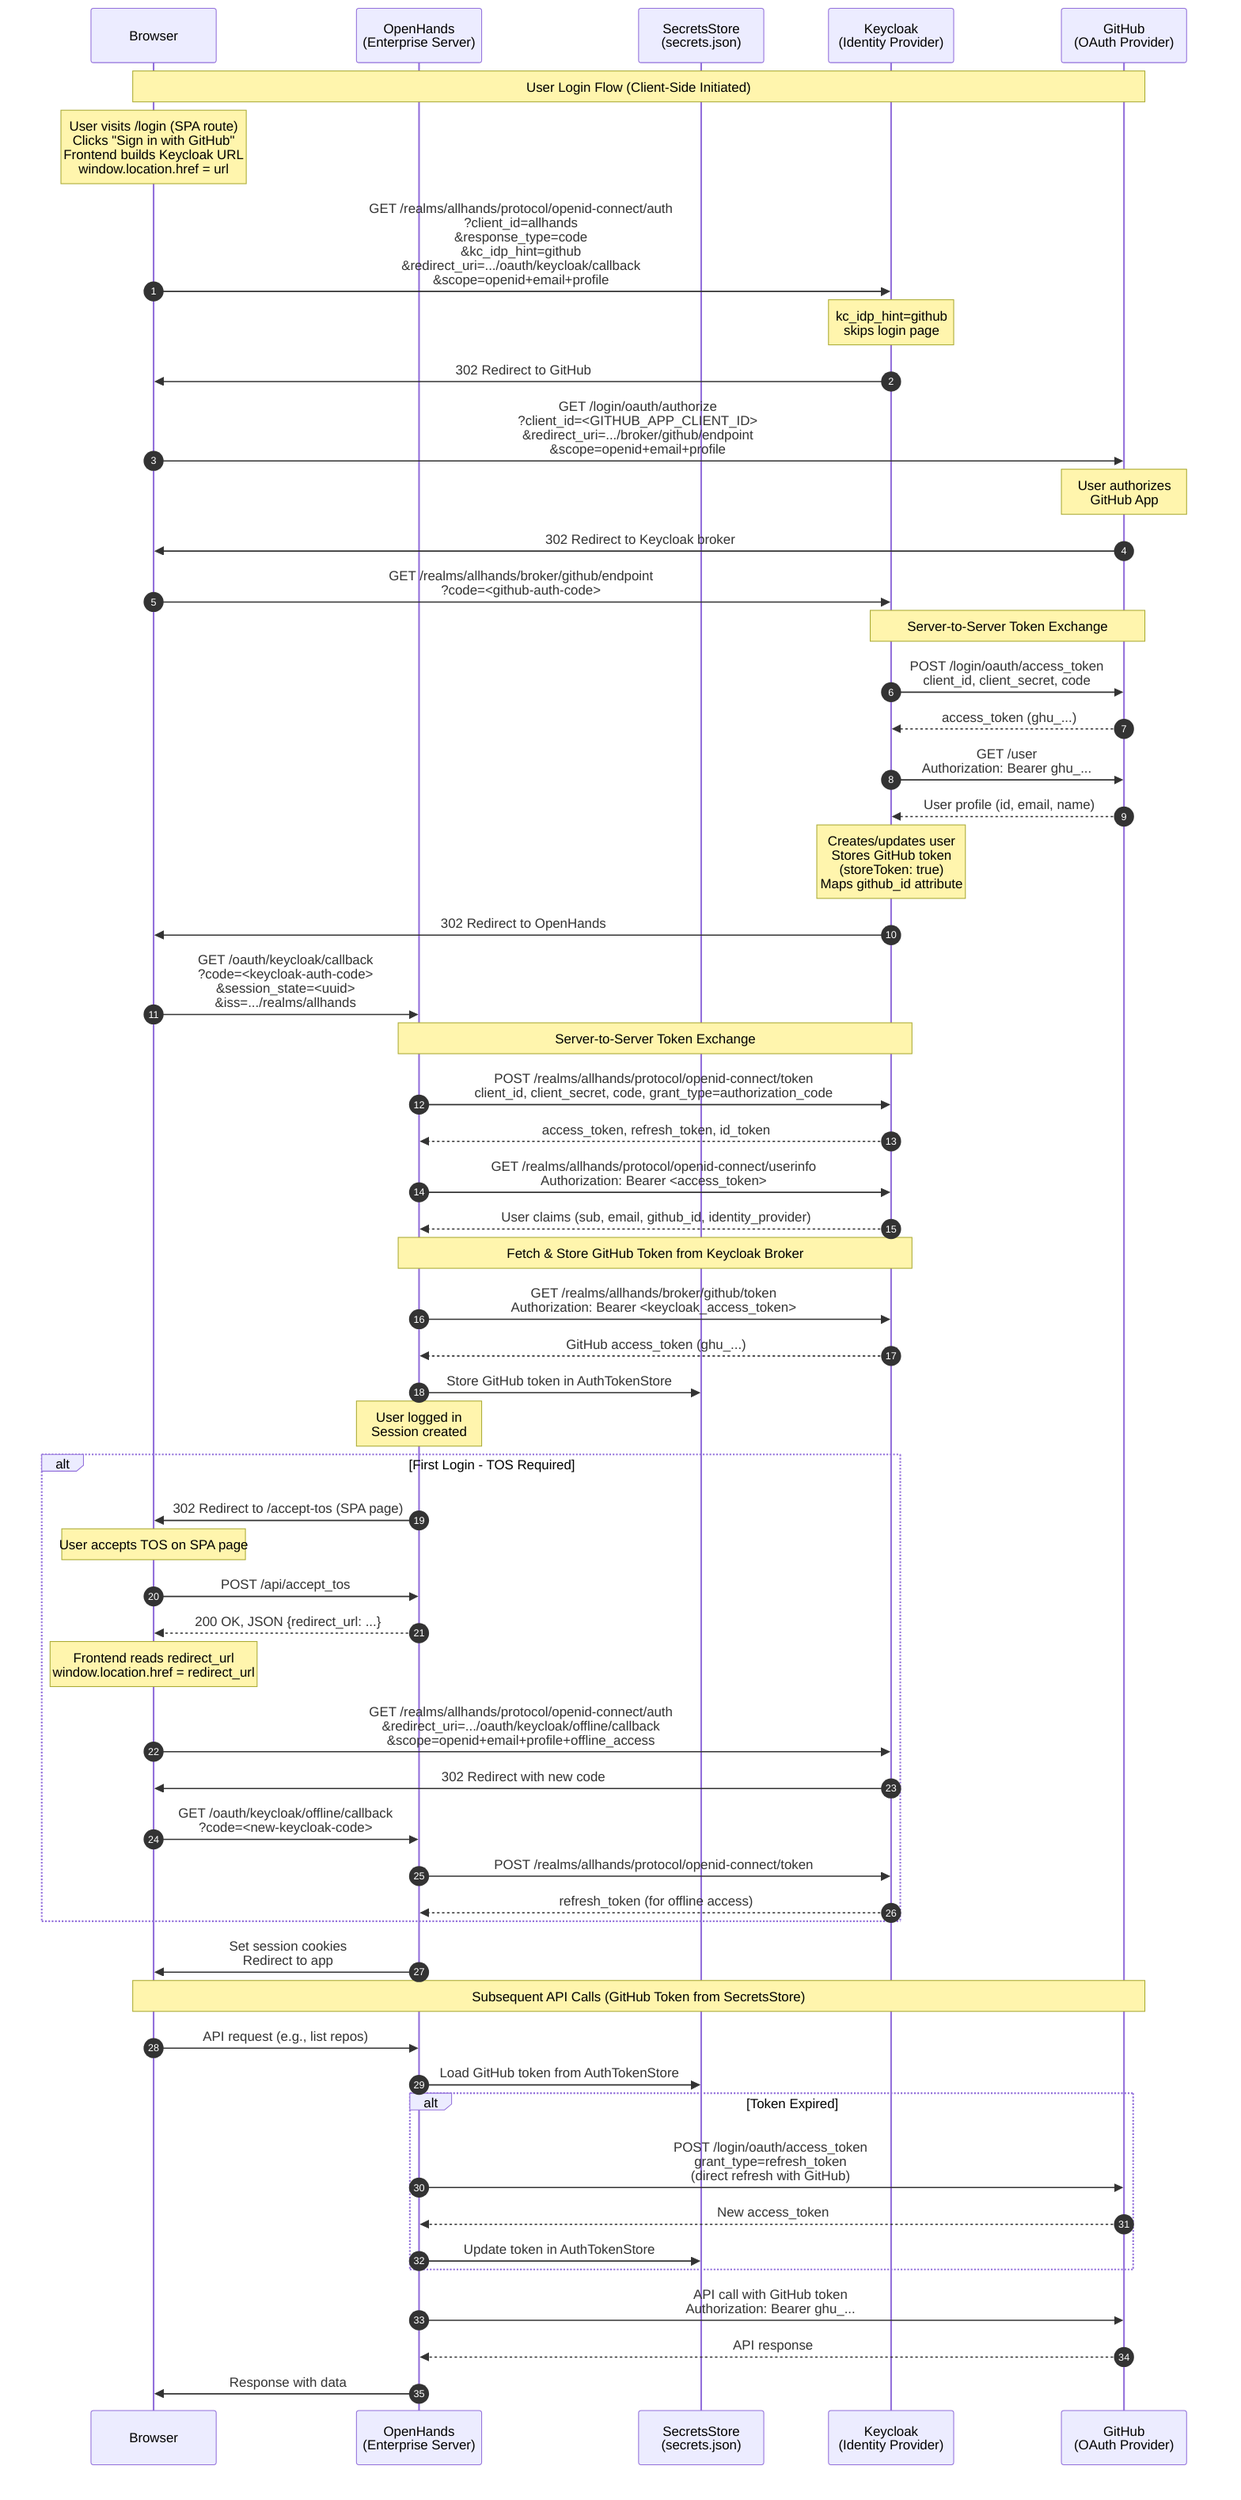
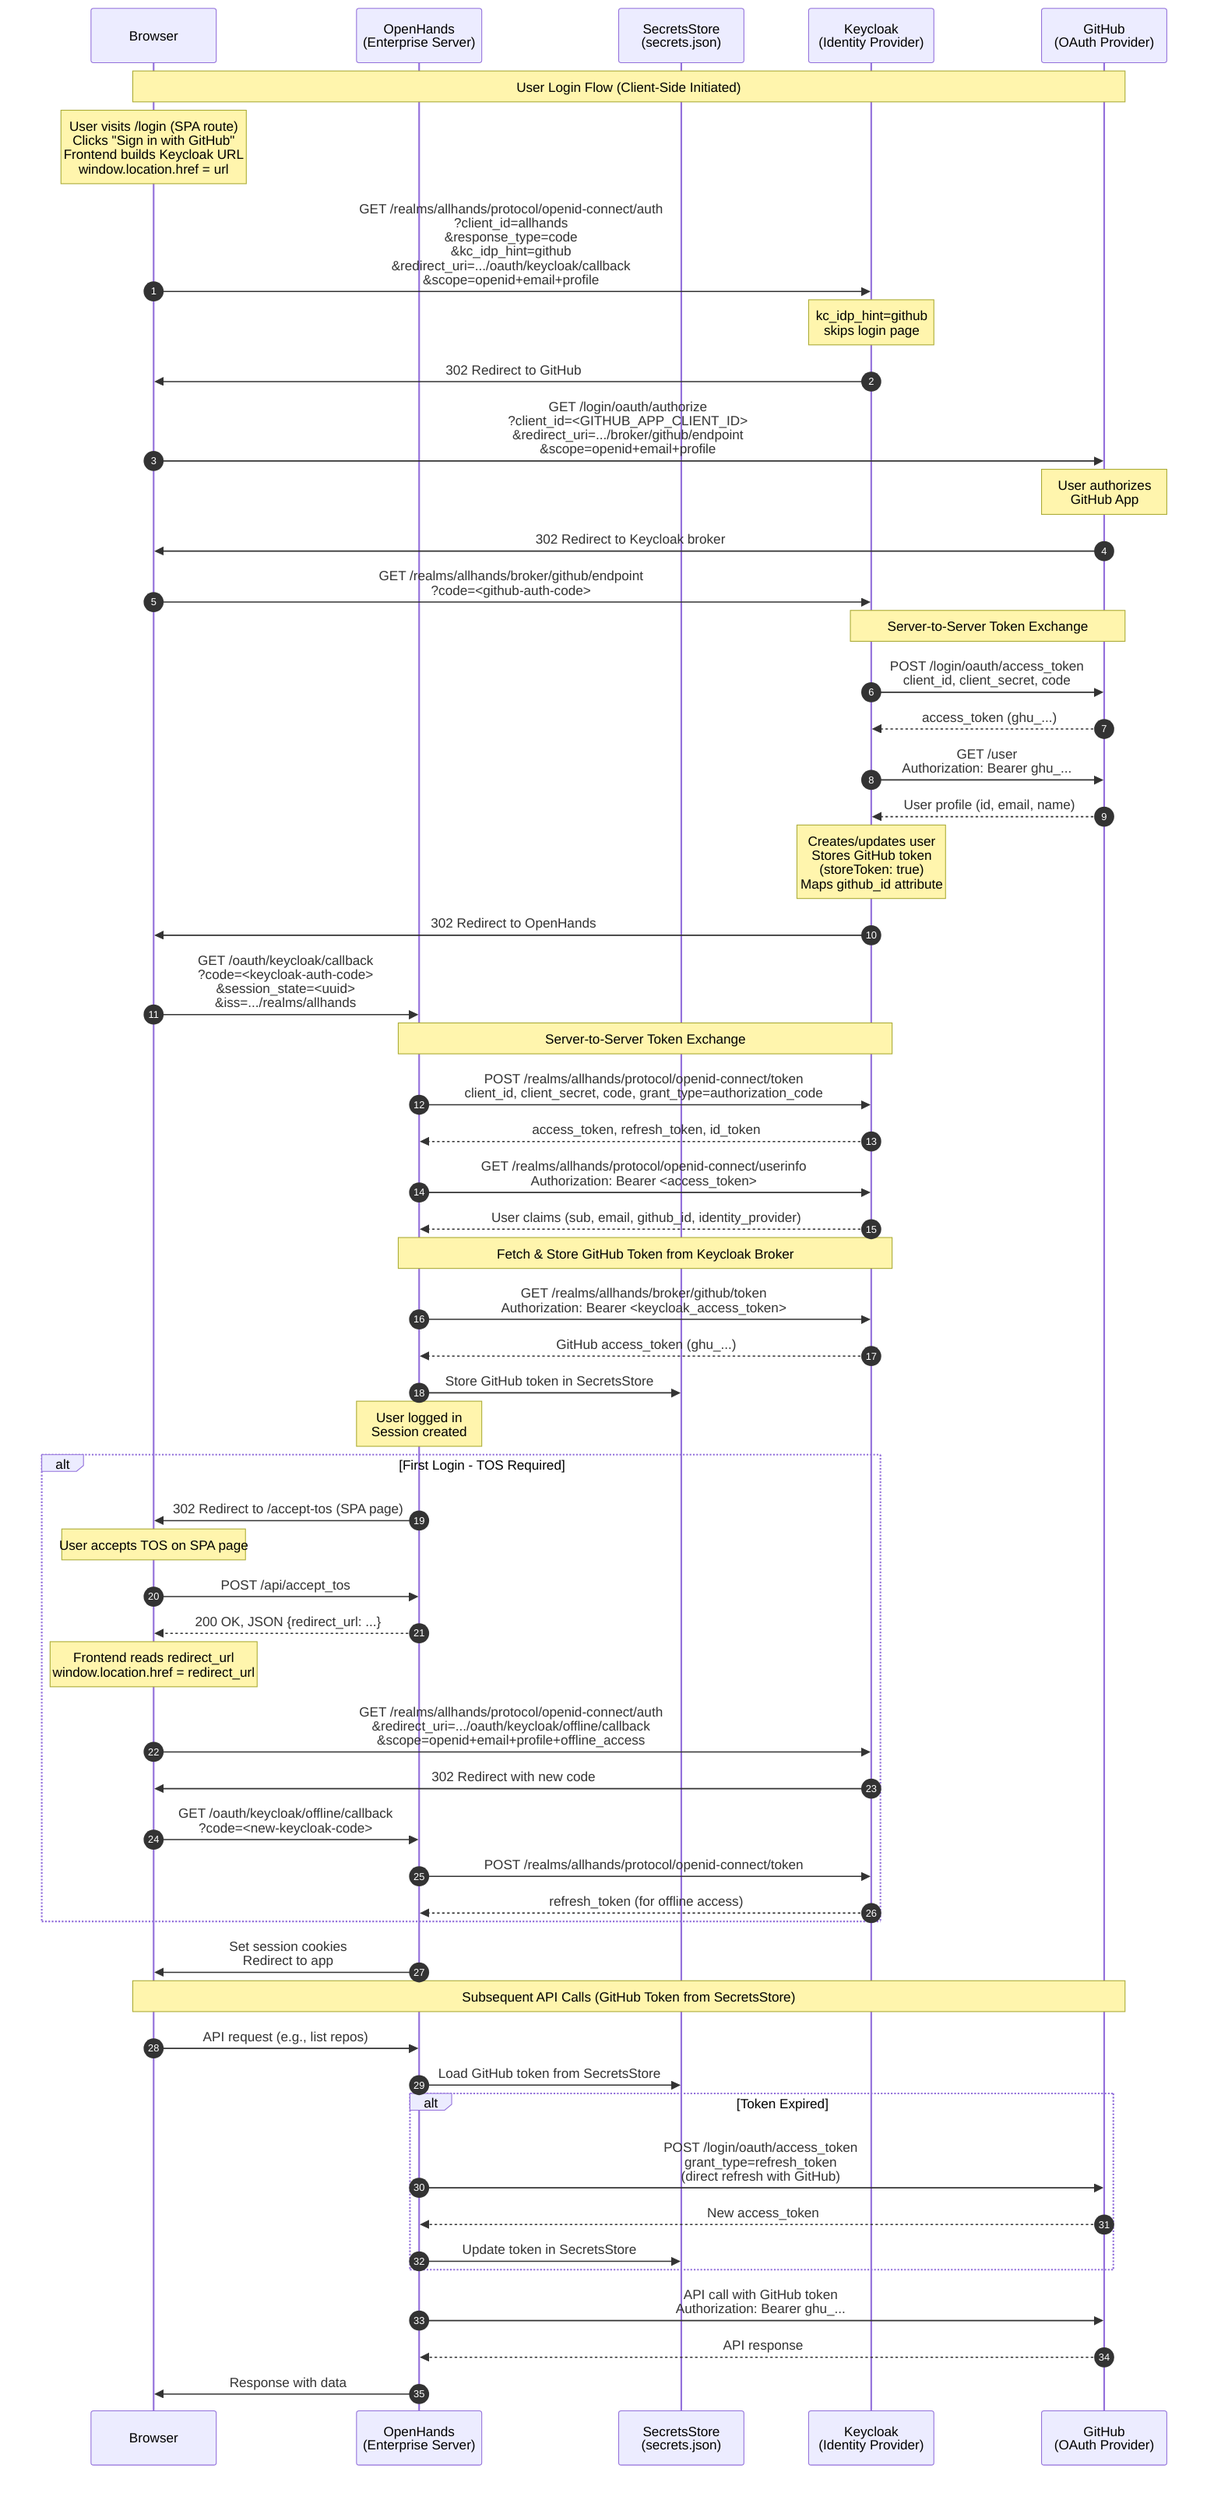
sequenceDiagram
    autonumber
    participant Browser
    participant OpenHands as OpenHands<br/>(Enterprise Server)
    participant DB as SecretsStore<br/>(secrets.json)
    participant Keycloak as Keycloak<br/>(Identity Provider)
    participant GitHub as GitHub<br/>(OAuth Provider)

    Note over Browser,GitHub: User Login Flow (Client-Side Initiated)

    Note over Browser: User visits /login (SPA route)<br/>Clicks "Sign in with GitHub"<br/>Frontend builds Keycloak URL<br/>window.location.href = url

    Browser->>Keycloak: GET /realms/allhands/protocol/openid-connect/auth<br/>?client_id=allhands<br/>&response_type=code<br/>&kc_idp_hint=github<br/>&redirect_uri=.../oauth/keycloak/callback<br/>&scope=openid+email+profile

    Note over Keycloak: kc_idp_hint=github<br/>skips login page

    Keycloak->>Browser: 302 Redirect to GitHub

    Browser->>GitHub: GET /login/oauth/authorize<br/>?client_id=<GITHUB_APP_CLIENT_ID><br/>&redirect_uri=.../broker/github/endpoint<br/>&scope=openid+email+profile

    Note over GitHub: User authorizes<br/>GitHub App

    GitHub->>Browser: 302 Redirect to Keycloak broker
    Browser->>Keycloak: GET /realms/allhands/broker/github/endpoint<br/>?code=<github-auth-code>

    Note over Keycloak,GitHub: Server-to-Server Token Exchange

    Keycloak->>GitHub: POST /login/oauth/access_token<br/>client_id, client_secret, code
    GitHub-->>Keycloak: access_token (ghu_...)

    Keycloak->>GitHub: GET /user<br/>Authorization: Bearer ghu_...
    GitHub-->>Keycloak: User profile (id, email, name)

    Note over Keycloak: Creates/updates user<br/>Stores GitHub token<br/>(storeToken: true)<br/>Maps github_id attribute

    Keycloak->>Browser: 302 Redirect to OpenHands
    Browser->>OpenHands: GET /oauth/keycloak/callback<br/>?code=<keycloak-auth-code><br/>&session_state=<uuid><br/>&iss=.../realms/allhands

    Note over OpenHands,Keycloak: Server-to-Server Token Exchange

    OpenHands->>Keycloak: POST /realms/allhands/protocol/openid-connect/token<br/>client_id, client_secret, code, grant_type=authorization_code
    Keycloak-->>OpenHands: access_token, refresh_token, id_token

    OpenHands->>Keycloak: GET /realms/allhands/protocol/openid-connect/userinfo<br/>Authorization: Bearer <access_token>
    Keycloak-->>OpenHands: User claims (sub, email, github_id, identity_provider)

    Note over OpenHands,Keycloak: Fetch & Store GitHub Token from Keycloak Broker

    OpenHands->>Keycloak: GET /realms/allhands/broker/github/token<br/>Authorization: Bearer <keycloak_access_token>
    Keycloak-->>OpenHands: GitHub access_token (ghu_...)

-     OpenHands->>DB: Store GitHub token in AuthTokenStore
+     OpenHands->>DB: Store GitHub token in SecretsStore

    Note over OpenHands: User logged in<br/>Session created

    alt First Login - TOS Required
        OpenHands->>Browser: 302 Redirect to /accept-tos (SPA page)
        Note over Browser: User accepts TOS on SPA page
        Browser->>OpenHands: POST /api/accept_tos
        OpenHands-->>Browser: 200 OK, JSON {redirect_url: ...}
        Note over Browser: Frontend reads redirect_url<br/>window.location.href = redirect_url
        Browser->>Keycloak: GET /realms/allhands/protocol/openid-connect/auth<br/>&redirect_uri=.../oauth/keycloak/offline/callback<br/>&scope=openid+email+profile+offline_access
        Keycloak->>Browser: 302 Redirect with new code
        Browser->>OpenHands: GET /oauth/keycloak/offline/callback<br/>?code=<new-keycloak-code>
        OpenHands->>Keycloak: POST /realms/allhands/protocol/openid-connect/token
        Keycloak-->>OpenHands: refresh_token (for offline access)
    end

    OpenHands->>Browser: Set session cookies<br/>Redirect to app

    Note over Browser,GitHub: Subsequent API Calls (GitHub Token from SecretsStore)

    Browser->>OpenHands: API request (e.g., list repos)

-     OpenHands->>DB: Load GitHub token from AuthTokenStore
+     OpenHands->>DB: Load GitHub token from SecretsStore

    alt Token Expired
        OpenHands->>GitHub: POST /login/oauth/access_token<br/>grant_type=refresh_token<br/>(direct refresh with GitHub)
        GitHub-->>OpenHands: New access_token
-         OpenHands->>DB: Update token in AuthTokenStore
+         OpenHands->>DB: Update token in SecretsStore
    end

    OpenHands->>GitHub: API call with GitHub token<br/>Authorization: Bearer ghu_...
    GitHub-->>OpenHands: API response

    OpenHands->>Browser: Response with data
